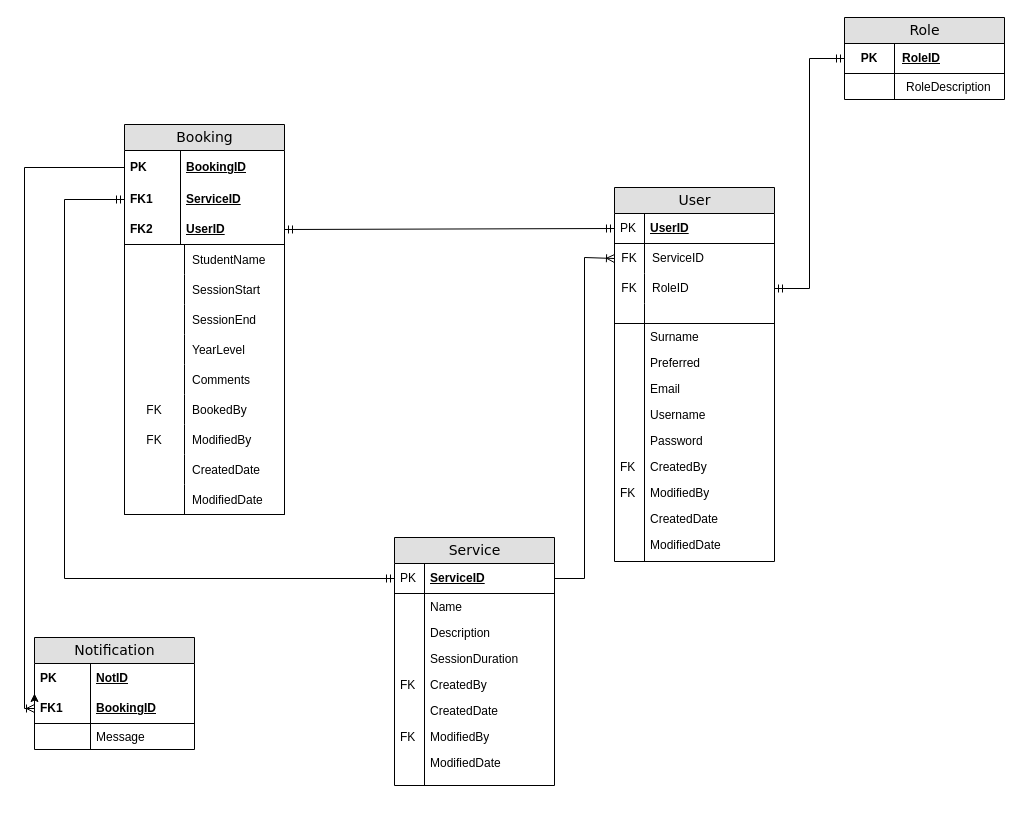
Earlier version of the draw.io diagram Web app database.drawio (shreat/WebBookingApp). Source tidied: cells renumbered, new cells numbered last; positions are measured from the earlier drawing's top-left corner, leaving out a move shared by most shapes. Both pictures are drawn from the tidied source at 100%, with x=0, y=0 at pixel (34, 17).
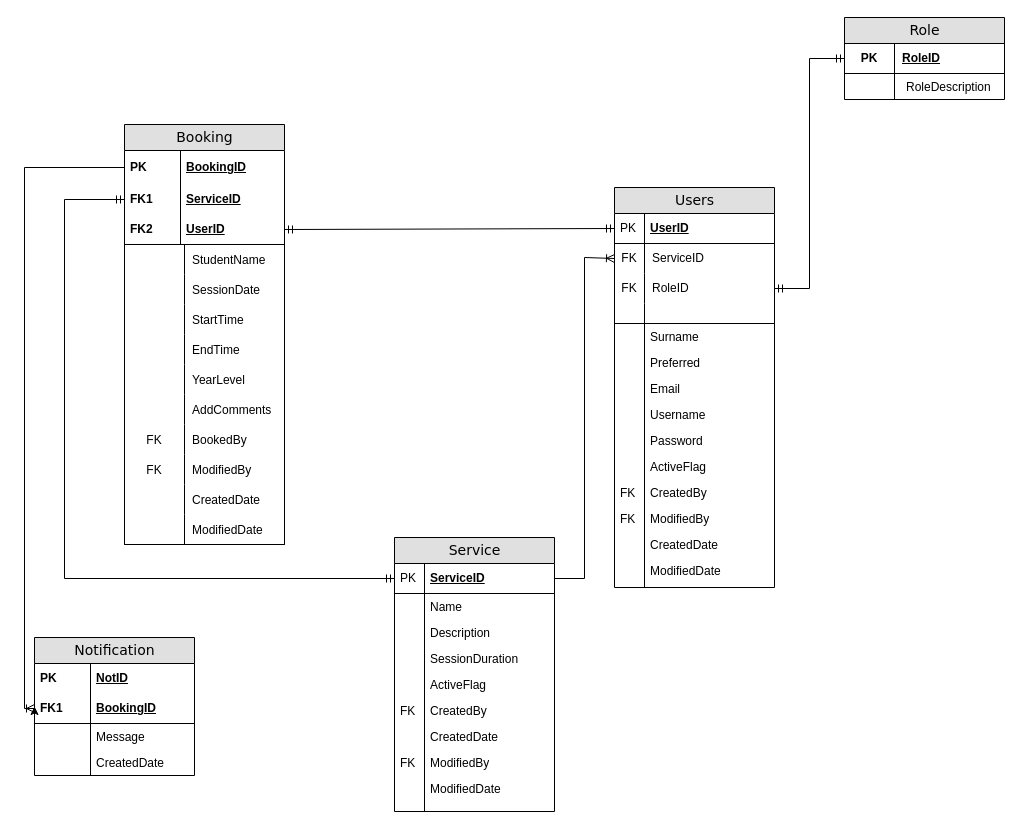
After the change.

Diff of the diagram source:
```diff
@@
     <mxCell id="2" value="Booking" style="swimlane;html=1;fontStyle=0;horizontal=1;startSize=26;fillColor=#e0e0e0;swimlaneFillColor=#ffffff;align=center;rounded=0;shadow=0;comic=0;labelBackgroundColor=none;strokeWidth=1;fontFamily=Verdana;fontSize=14;" parent="1" vertex="1">
-      <mxGeometry x="90" y="107" width="160" height="390" as="geometry" />
+      <mxGeometry x="90" y="107" width="160" height="420" as="geometry" />
     </mxCell>
@@
     <mxCell id="9" style="shape=table;startSize=0;childLayout=tableLayout;rowLines=0;fontStyle=0;align=center;strokeColor=default;fillColor=none;whiteSpace=wrap;html=1;" parent="2" vertex="1">
-      <mxGeometry y="120" width="160" height="270" as="geometry" />
+      <mxGeometry y="120" width="160" height="300" as="geometry" />
     </mxCell>
@@
+    <mxCell id="110" style="shape=tableRow;horizontal=0;startSize=0;swimlaneHead=0;swimlaneBody=0;fillColor=none;top=0;left=0;right=0;bottom=0;" parent="9" vertex="1">
+      <mxGeometry y="30" width="160" height="30" as="geometry" />
+    </mxCell>
+    <mxCell id="111" style="shape=partialRectangle;fillColor=none;top=0;left=0;bottom=0;right=0;overflow=hidden;" parent="110" vertex="1">
+      <mxGeometry width="60" height="30" as="geometry" />
+    </mxCell>
+    <mxCell id="112" value="SessionDate" style="shape=partialRectangle;fillColor=none;top=0;left=0;bottom=0;right=0;align=left;spacingLeft=6;overflow=hidden;" parent="110" vertex="1">
+      <mxGeometry x="60" width="100" height="30" as="geometry" />
+    </mxCell>
     <mxCell id="13" style="shape=tableRow;horizontal=0;startSize=0;swimlaneHead=0;swimlaneBody=0;fillColor=none;top=0;left=0;right=0;bottom=0;" parent="9" vertex="1">
-      <mxGeometry y="30" width="160" height="30" as="geometry" />
+      <mxGeometry y="60" width="160" height="30" as="geometry" />
     </mxCell>
@@
-    <mxCell id="15" value="SessionStart" style="shape=partialRectangle;fillColor=none;top=0;left=0;bottom=0;right=0;align=left;spacingLeft=6;overflow=hidden;" parent="13" vertex="1">
+    <mxCell id="15" value="StartTime" style="shape=partialRectangle;fillColor=none;top=0;left=0;bottom=0;right=0;align=left;spacingLeft=6;overflow=hidden;" parent="13" vertex="1">
       <mxGeometry x="60" width="100" height="30" as="geometry" />
     </mxCell>
     <mxCell id="16" style="shape=tableRow;horizontal=0;startSize=0;swimlaneHead=0;swimlaneBody=0;fillColor=none;top=0;left=0;right=0;bottom=0;" parent="9" vertex="1">
-      <mxGeometry y="60" width="160" height="30" as="geometry" />
+      <mxGeometry y="90" width="160" height="30" as="geometry" />
     </mxCell>
@@
-    <mxCell id="18" value="SessionEnd" style="shape=partialRectangle;fillColor=none;top=0;left=0;bottom=0;right=0;align=left;spacingLeft=6;overflow=hidden;" parent="16" vertex="1">
+    <mxCell id="18" value="EndTime" style="shape=partialRectangle;fillColor=none;top=0;left=0;bottom=0;right=0;align=left;spacingLeft=6;overflow=hidden;" parent="16" vertex="1">
       <mxGeometry x="60" width="100" height="30" as="geometry" />
     </mxCell>
     <mxCell id="19" style="shape=tableRow;horizontal=0;startSize=0;swimlaneHead=0;swimlaneBody=0;fillColor=none;top=0;left=0;right=0;bottom=0;" parent="9" vertex="1">
-      <mxGeometry y="90" width="160" height="30" as="geometry" />
+      <mxGeometry y="120" width="160" height="30" as="geometry" />
     </mxCell>
@@
     <mxCell id="22" style="shape=tableRow;horizontal=0;startSize=0;swimlaneHead=0;swimlaneBody=0;fillColor=none;top=0;left=0;right=0;bottom=0;" parent="9" vertex="1">
-      <mxGeometry y="120" width="160" height="30" as="geometry" />
+      <mxGeometry y="150" width="160" height="30" as="geometry" />
     </mxCell>
@@
-    <mxCell id="24" value="Comments" style="shape=partialRectangle;fillColor=none;top=0;left=0;bottom=0;right=0;align=left;spacingLeft=6;overflow=hidden;" parent="22" vertex="1">
+    <mxCell id="24" value="AddComments" style="shape=partialRectangle;fillColor=none;top=0;left=0;bottom=0;right=0;align=left;spacingLeft=6;overflow=hidden;" parent="22" vertex="1">
       <mxGeometry x="60" width="100" height="30" as="geometry" />
     </mxCell>
     <mxCell id="25" style="shape=tableRow;horizontal=0;startSize=0;swimlaneHead=0;swimlaneBody=0;fillColor=none;top=0;left=0;right=0;bottom=0;" parent="9" vertex="1">
-      <mxGeometry y="150" width="160" height="30" as="geometry" />
+      <mxGeometry y="180" width="160" height="30" as="geometry" />
     </mxCell>
@@
     <mxCell id="28" style="shape=tableRow;horizontal=0;startSize=0;swimlaneHead=0;swimlaneBody=0;fillColor=none;top=0;left=0;right=0;bottom=0;" parent="9" vertex="1">
-      <mxGeometry y="180" width="160" height="30" as="geometry" />
+      <mxGeometry y="210" width="160" height="30" as="geometry" />
     </mxCell>
@@
     <mxCell id="31" style="shape=tableRow;horizontal=0;startSize=0;swimlaneHead=0;swimlaneBody=0;fillColor=none;top=0;left=0;right=0;bottom=0;" parent="9" vertex="1">
-      <mxGeometry y="210" width="160" height="30" as="geometry" />
+      <mxGeometry y="240" width="160" height="30" as="geometry" />
     </mxCell>
@@
     <mxCell id="34" style="shape=tableRow;horizontal=0;startSize=0;swimlaneHead=0;swimlaneBody=0;fillColor=none;top=0;left=0;right=0;bottom=0;" parent="9" vertex="1">
-      <mxGeometry y="240" width="160" height="30" as="geometry" />
+      <mxGeometry y="270" width="160" height="30" as="geometry" />
     </mxCell>
@@
-    <mxCell id="37" value="User" style="swimlane;html=1;fontStyle=0;horizontal=1;startSize=26;fillColor=#e0e0e0;swimlaneFillColor=#ffffff;align=center;rounded=0;shadow=0;comic=0;labelBackgroundColor=none;strokeWidth=1;fontFamily=Verdana;fontSize=14;swimlaneLine=1;" parent="1" vertex="1">
-      <mxGeometry x="580" y="170" width="160" height="374" as="geometry" />
+    <mxCell id="37" value="Users" style="swimlane;html=1;fontStyle=0;horizontal=1;startSize=26;fillColor=#e0e0e0;swimlaneFillColor=#ffffff;align=center;rounded=0;shadow=0;comic=0;labelBackgroundColor=none;strokeWidth=1;fontFamily=Verdana;fontSize=14;swimlaneLine=1;" parent="1" vertex="1">
+      <mxGeometry x="580" y="170" width="160" height="400" as="geometry" />
     </mxCell>
@@
+    <mxCell id="113" value="ActiveFlag" style="shape=partialRectangle;top=0;left=0;right=0;bottom=0;html=1;align=left;verticalAlign=top;fillColor=none;spacingLeft=34;spacingRight=4;whiteSpace=wrap;overflow=hidden;strokeColor=default;strokeWidth=2;" parent="37" vertex="1">
+      <mxGeometry y="266" width="160" height="26" as="geometry" />
+    </mxCell>
+    <mxCell id="114" style="shape=partialRectangle;top=0;left=0;bottom=0;html=1;fillColor=none;align=left;verticalAlign=top;spacingLeft=4;spacingRight=4;whiteSpace=wrap;overflow=hidden;" parent="113" vertex="1">
+      <mxGeometry width="30" height="26" as="geometry" />
+    </mxCell>
     <mxCell id="61" value="CreatedBy" style="shape=partialRectangle;top=0;left=0;right=0;bottom=0;html=1;align=left;verticalAlign=top;fillColor=none;spacingLeft=34;spacingRight=4;whiteSpace=wrap;overflow=hidden;strokeColor=default;strokeWidth=2;" parent="37" vertex="1">
-      <mxGeometry y="266" width="160" height="26" as="geometry" />
+      <mxGeometry y="292" width="160" height="26" as="geometry" />
     </mxCell>
@@
     <mxCell id="63" value="ModifiedBy" style="shape=partialRectangle;top=0;left=0;right=0;bottom=0;html=1;align=left;verticalAlign=top;fillColor=none;spacingLeft=34;spacingRight=4;whiteSpace=wrap;overflow=hidden;strokeColor=default;strokeWidth=2;" parent="37" vertex="1">
-      <mxGeometry y="292" width="160" height="26" as="geometry" />
+      <mxGeometry y="318" width="160" height="26" as="geometry" />
     </mxCell>
@@
     <mxCell id="65" value="CreatedDate" style="shape=partialRectangle;top=0;left=0;right=0;bottom=0;html=1;align=left;verticalAlign=top;fillColor=none;spacingLeft=34;spacingRight=4;whiteSpace=wrap;overflow=hidden;strokeColor=default;strokeWidth=2;" parent="37" vertex="1">
-      <mxGeometry y="318" width="160" height="26" as="geometry" />
+      <mxGeometry y="344" width="160" height="26" as="geometry" />
     </mxCell>
@@
     <mxCell id="67" value="ModifiedDate" style="shape=partialRectangle;top=0;left=0;right=0;bottom=0;html=1;align=left;verticalAlign=top;fillColor=none;spacingLeft=34;spacingRight=4;whiteSpace=wrap;overflow=hidden;strokeColor=default;strokeWidth=2;" parent="37" vertex="1">
-      <mxGeometry y="344" width="160" height="26" as="geometry" />
+      <mxGeometry y="370" width="160" height="26" as="geometry" />
     </mxCell>
@@
     <mxCell id="69" style="shape=partialRectangle;top=0;left=0;right=0;bottom=0;html=1;align=left;verticalAlign=top;fillColor=none;spacingLeft=34;spacingRight=4;whiteSpace=wrap;overflow=hidden;" parent="37" vertex="1">
-      <mxGeometry y="370" width="160" height="4" as="geometry" />
+      <mxGeometry y="396" width="160" height="4" as="geometry" />
     </mxCell>
@@
     <mxCell id="71" value="Service" style="swimlane;html=1;fontStyle=0;horizontal=1;startSize=26;fillColor=#e0e0e0;swimlaneFillColor=#ffffff;align=center;rounded=0;shadow=0;comic=0;labelBackgroundColor=none;strokeWidth=1;fontFamily=Verdana;fontSize=14;" parent="1" vertex="1">
-      <mxGeometry x="360" y="520" width="160" height="248" as="geometry" />
+      <mxGeometry x="360" y="520" width="160" height="274" as="geometry" />
     </mxCell>
@@
+    <mxCell id="115" value="ActiveFlag" style="shape=partialRectangle;top=0;left=0;right=0;bottom=0;html=1;align=left;verticalAlign=top;fillColor=none;spacingLeft=34;spacingRight=4;whiteSpace=wrap;overflow=hidden;" parent="71" vertex="1">
+      <mxGeometry y="134" width="160" height="26" as="geometry" />
+    </mxCell>
+    <mxCell id="116" style="shape=partialRectangle;top=0;left=0;bottom=0;html=1;fillColor=none;align=left;verticalAlign=top;spacingLeft=4;spacingRight=4;whiteSpace=wrap;overflow=hidden;" parent="115" vertex="1">
+      <mxGeometry width="30" height="26" as="geometry" />
+    </mxCell>
     <mxCell id="80" value="CreatedBy" style="shape=partialRectangle;top=0;left=0;right=0;bottom=0;html=1;align=left;verticalAlign=top;fillColor=none;spacingLeft=34;spacingRight=4;whiteSpace=wrap;overflow=hidden;" parent="71" vertex="1">
-      <mxGeometry y="134" width="160" height="26" as="geometry" />
+      <mxGeometry y="160" width="160" height="26" as="geometry" />
     </mxCell>
@@
     <mxCell id="82" value="CreatedDate" style="shape=partialRectangle;top=0;left=0;right=0;bottom=0;html=1;align=left;verticalAlign=top;fillColor=none;spacingLeft=34;spacingRight=4;whiteSpace=wrap;overflow=hidden;" parent="71" vertex="1">
-      <mxGeometry y="160" width="160" height="26" as="geometry" />
+      <mxGeometry y="186" width="160" height="26" as="geometry" />
     </mxCell>
@@
     <mxCell id="84" value="ModifiedBy" style="shape=partialRectangle;top=0;left=0;right=0;bottom=0;html=1;align=left;verticalAlign=top;fillColor=none;spacingLeft=34;spacingRight=4;whiteSpace=wrap;overflow=hidden;" parent="71" vertex="1">
-      <mxGeometry y="186" width="160" height="26" as="geometry" />
+      <mxGeometry y="212" width="160" height="26" as="geometry" />
     </mxCell>
@@
     <mxCell id="86" value="ModifiedDate" style="shape=partialRectangle;top=0;left=0;right=0;bottom=0;html=1;align=left;verticalAlign=top;fillColor=none;spacingLeft=34;spacingRight=4;whiteSpace=wrap;overflow=hidden;" parent="71" vertex="1">
-      <mxGeometry y="212" width="160" height="26" as="geometry" />
+      <mxGeometry y="238" width="160" height="26" as="geometry" />
     </mxCell>
@@
     <mxCell id="88" style="shape=partialRectangle;top=0;left=0;right=0;bottom=0;html=1;align=left;verticalAlign=top;fillColor=none;spacingLeft=34;spacingRight=4;whiteSpace=wrap;overflow=hidden;" parent="71" vertex="1">
-      <mxGeometry y="238" width="160" height="10" as="geometry" />
+      <mxGeometry y="264" width="160" height="10" as="geometry" />
     </mxCell>
@@
     <mxCell id="90" value="Notification" style="swimlane;html=1;fontStyle=0;horizontal=1;startSize=26;fillColor=#e0e0e0;swimlaneFillColor=#ffffff;align=center;rounded=0;shadow=0;comic=0;labelBackgroundColor=none;strokeWidth=1;fontFamily=Verdana;fontSize=14;" parent="1" vertex="1">
-      <mxGeometry y="620" width="160" height="112" as="geometry" />
+      <mxGeometry y="620" width="160" height="138" as="geometry" />
     </mxCell>
@@
+    <mxCell id="117" value="CreatedDate" style="shape=partialRectangle;top=0;left=0;right=0;bottom=0;html=1;align=left;verticalAlign=top;fillColor=none;spacingLeft=60;spacingRight=4;whiteSpace=wrap;overflow=hidden;" parent="90" vertex="1">
+      <mxGeometry y="112" width="160" height="26" as="geometry" />
+    </mxCell>
+    <mxCell id="118" style="shape=partialRectangle;top=0;left=0;bottom=0;html=1;fillColor=none;align=left;verticalAlign=top;spacingLeft=4;spacingRight=4;whiteSpace=wrap;overflow=hidden;" parent="117" vertex="1">
+      <mxGeometry width="56" height="26" as="geometry" />
+    </mxCell>
```
